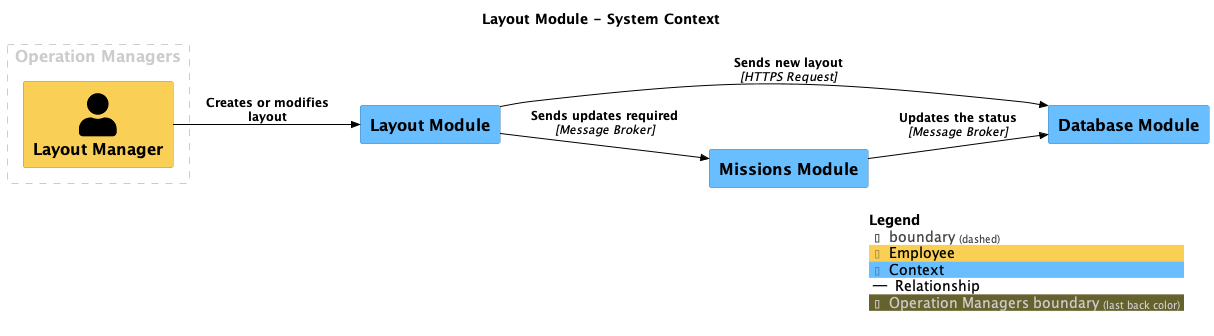
Earlier version of the PlantUML export main/png/SystemContext-006.png (SLC-wms/DSL-Architecture).
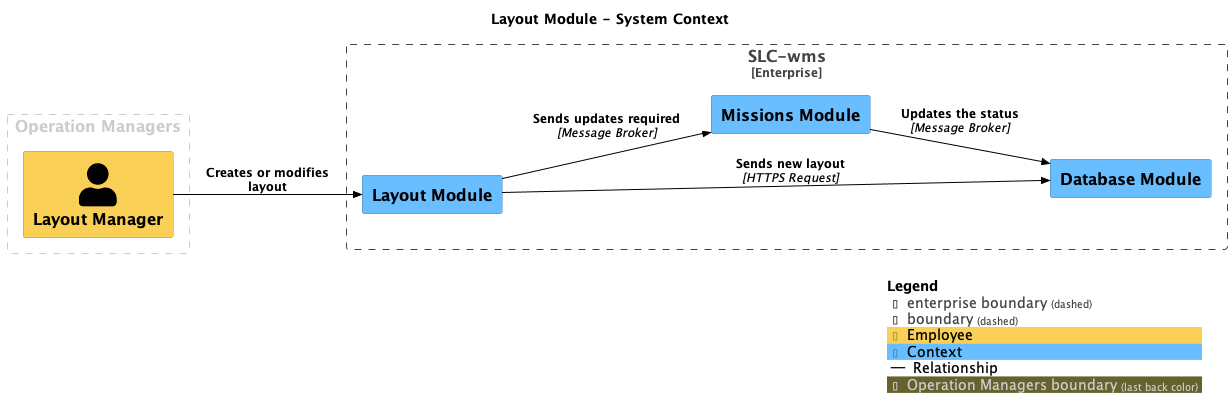
The same diagram one commit later.

Diff of the diagram source:
```diff
@@ -12,14 +12,17 @@
 
 AddRelTag("Relationship", $textColor="#000000", $lineColor="#000000", $lineStyle = "")
 
+Enterprise_Boundary(enterprise, "SLC-wms") {
+  System(LayoutModule, "Layout Module", $descr="", $tags="Context", $link="")
+  System(DatabaseModule, "Database Module", $descr="", $tags="Context", $link="")
+  System(MissionsModule, "Missions Module", $descr="", $tags="Context", $link="")
+}
+
 AddBoundaryTag("Operation Managers", $borderColor="#cccccc", $fontColor="#cccccc")
 Boundary(group_1, "Operation Managers", $tags="Operation Managers") {
-  Person(LayoutManager, "Layout Manager", $descr="", $tags="Employee", $link="")
+  Person_Ext(LayoutManager, "Layout Manager", $descr="", $tags="Employee", $link="")
 }
 
-System(LayoutModule, "Layout Module", $descr="", $tags="Context", $link="")
-System(DatabaseModule, "Database Module", $descr="", $tags="Context", $link="")
-System(MissionsModule, "Missions Module", $descr="", $tags="Context", $link="")
 
 Rel_D(MissionsModule, DatabaseModule, "Updates the status", $techn="Message Broker", $tags="Relationship", $link="")
 Rel_D(LayoutManager, LayoutModule, "Creates or modifies layout", $techn="", $tags="Relationship", $link="")
```
